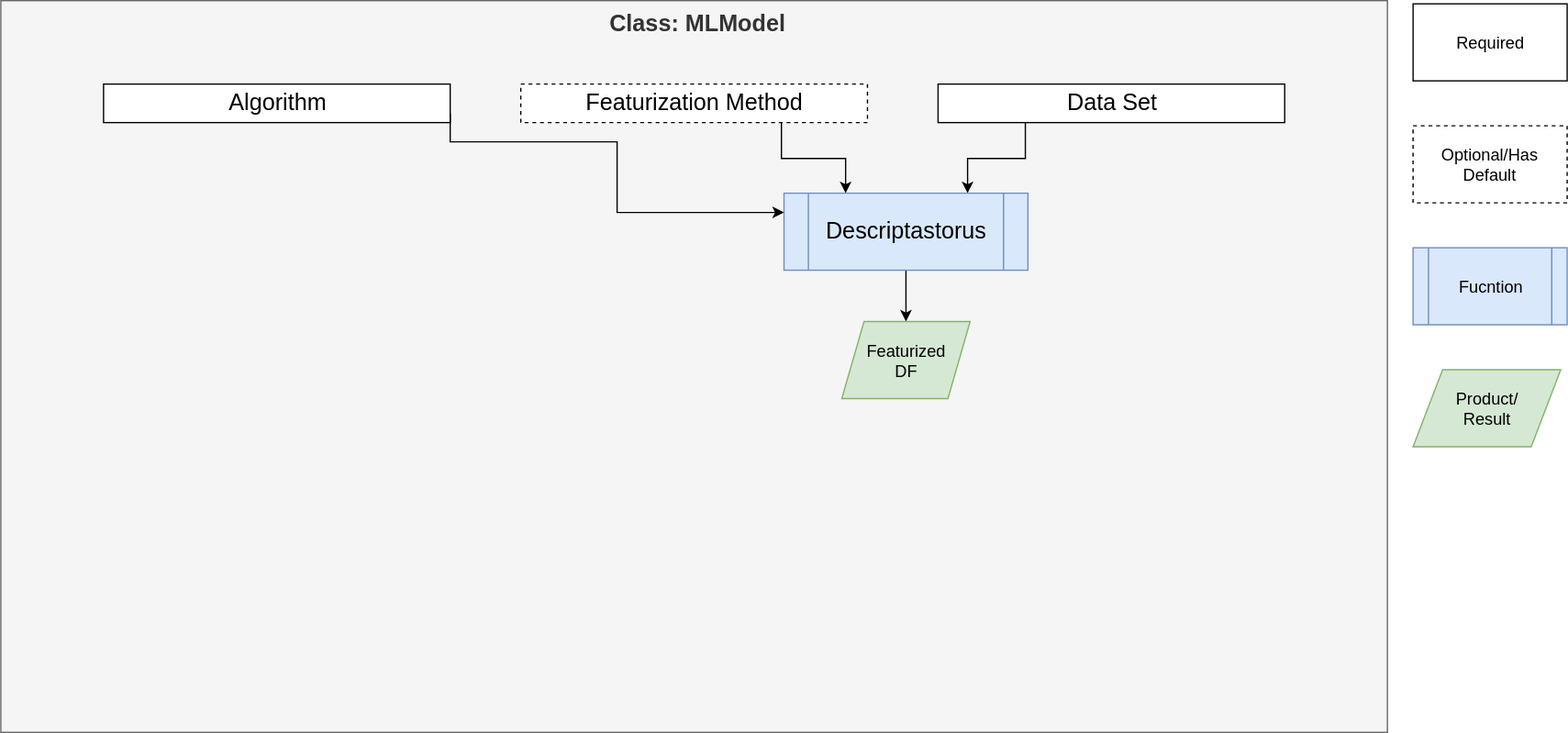
Earlier version of the draw.io export hte-models-overview.svg (Dlux804/McQuade-Chem-ML). Source tidied: cells renumbered, new cells last; positions are measured from the earlier drawing's top-left corner, leaving out a move shared by most shapes.
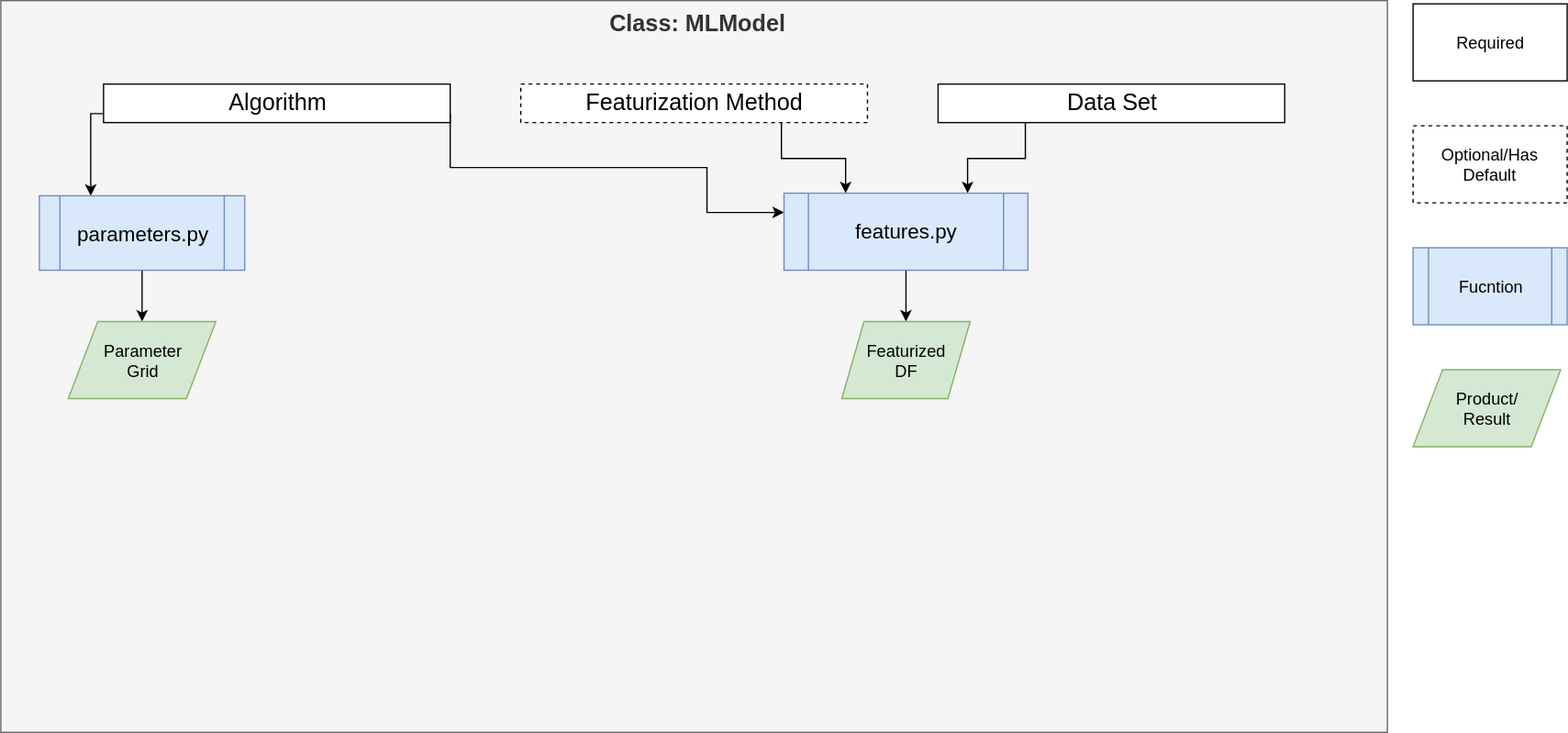
The same diagram one commit later.

The edit, as a diff of the source:
```diff
@@ -8,12 +8,19 @@
     <mxCell id="3" style="edgeStyle=orthogonalEdgeStyle;rounded=0;jettySize=auto;html=1;exitX=1;exitY=0.75;exitDx=0;exitDy=0;entryX=0;entryY=0.25;entryDx=0;entryDy=0;fontSize=13;" parent="1" edge="1" source="4" target="10">
       <mxGeometry relative="1" as="geometry">
         <Array as="points">
-          <mxPoint x="350" y="110" />
-          <mxPoint x="480" y="110" />
-          <mxPoint x="480" y="165" />
+          <mxPoint x="350" y="130" />
+          <mxPoint x="550" y="130" />
+          <mxPoint x="550" y="165" />
         </Array>
       </mxGeometry>
     </mxCell>
+    <mxCell id="16" style="edgeStyle=orthogonalEdgeStyle;rounded=0;jettySize=auto;html=1;exitX=0;exitY=0.75;exitDx=0;exitDy=0;entryX=0.25;entryY=0;entryDx=0;entryDy=0;fontSize=16;" parent="1" edge="1" source="4" target="18">
+      <mxGeometry relative="1" as="geometry">
+        <Array as="points">
+          <mxPoint x="70" y="88" />
+        </Array>
+      </mxGeometry>
+    </mxCell>
     <mxCell id="4" value="Algorithm" style="rounded=0;whiteSpace=wrap;html=1;fontSize=18;" parent="1" vertex="1">
       <mxGeometry x="80" y="65" width="270" height="30" as="geometry" />
     </mxCell>
@@ -32,7 +39,7 @@
     <mxCell id="9" style="edgeStyle=orthogonalEdgeStyle;rounded=0;jettySize=auto;html=1;exitX=0.5;exitY=1;exitDx=0;exitDy=0;entryX=0.5;entryY=0;entryDx=0;entryDy=0;fontSize=13;" parent="1" edge="1" source="10" target="11">
       <mxGeometry relative="1" as="geometry" />
     </mxCell>
-    <mxCell id="10" value="Descriptastorus" style="shape=process;whiteSpace=wrap;html=1;backgroundOutline=1;fontSize=18;fillColor=#dae8fc;strokeColor=#6c8ebf;" parent="1" vertex="1">
+    <mxCell id="10" value="&lt;font style=&quot;font-size: 16px&quot;&gt;features.py&lt;/font&gt;" style="shape=process;whiteSpace=wrap;html=1;backgroundOutline=1;fontSize=18;fillColor=#dae8fc;strokeColor=#6c8ebf;" parent="1" vertex="1">
       <mxGeometry x="610" y="150" width="190" height="60" as="geometry" />
     </mxCell>
     <mxCell id="11" value="&lt;div&gt;Featurized &lt;br&gt;&lt;/div&gt;&lt;div&gt;DF&lt;/div&gt;" style="shape=parallelogram;html=1;strokeWidth=1;perimeter=parallelogramPerimeter;rounded=1;arcSize=0;size=0.17333333333333334;fontSize=13;whiteSpace=wrap;fillColor=#d5e8d4;strokeColor=#82B366;" parent="1" vertex="1">
@@ -50,5 +57,17 @@
     <mxCell id="15" value="&lt;div&gt;Product/&lt;/div&gt;&lt;div&gt;Result&lt;/div&gt;" style="shape=parallelogram;perimeter=parallelogramPerimeter;whiteSpace=wrap;html=1;dashed=0;strokeColor=#82b366;strokeWidth=1;fontSize=13;fillColor=#d5e8d4;" parent="1" vertex="1">
       <mxGeometry x="1100" y="287.5" width="115" height="60" as="geometry" />
     </mxCell>
+    <mxCell id="17" style="edgeStyle=orthogonalEdgeStyle;rounded=0;jettySize=auto;html=1;exitX=0.5;exitY=1;exitDx=0;exitDy=0;entryX=0.5;entryY=0;entryDx=0;entryDy=0;fontSize=16;" parent="1" edge="1" source="18" target="20">
+      <mxGeometry relative="1" as="geometry" />
+    </mxCell>
+    <mxCell id="18" value="parameters.py" style="shape=process;whiteSpace=wrap;html=1;backgroundOutline=1;strokeColor=#6c8ebf;strokeWidth=1;fontSize=16;fillColor=#dae8fc;" parent="1" vertex="1">
+      <mxGeometry x="30" y="152" width="160" height="58" as="geometry" />
+    </mxCell>
+    <mxCell id="19" style="edgeStyle=orthogonalEdgeStyle;rounded=0;orthogonalLoop=1;jettySize=auto;html=1;exitX=0.5;exitY=1;exitDx=0;exitDy=0;fontSize=16;" parent="1" edge="1" source="18" target="18">
+      <mxGeometry relative="1" as="geometry" />
+    </mxCell>
+    <mxCell id="20" value="&lt;div&gt;Parameter&lt;/div&gt;&lt;div&gt;Grid&lt;br&gt;&lt;/div&gt;" style="shape=parallelogram;perimeter=parallelogramPerimeter;whiteSpace=wrap;html=1;dashed=0;strokeColor=#82b366;strokeWidth=1;fontSize=13;fillColor=#d5e8d4;" parent="1" vertex="1">
+      <mxGeometry x="52.5" y="250" width="115" height="60" as="geometry" />
+    </mxCell>
   </root>
 </mxGraphModel>
```
